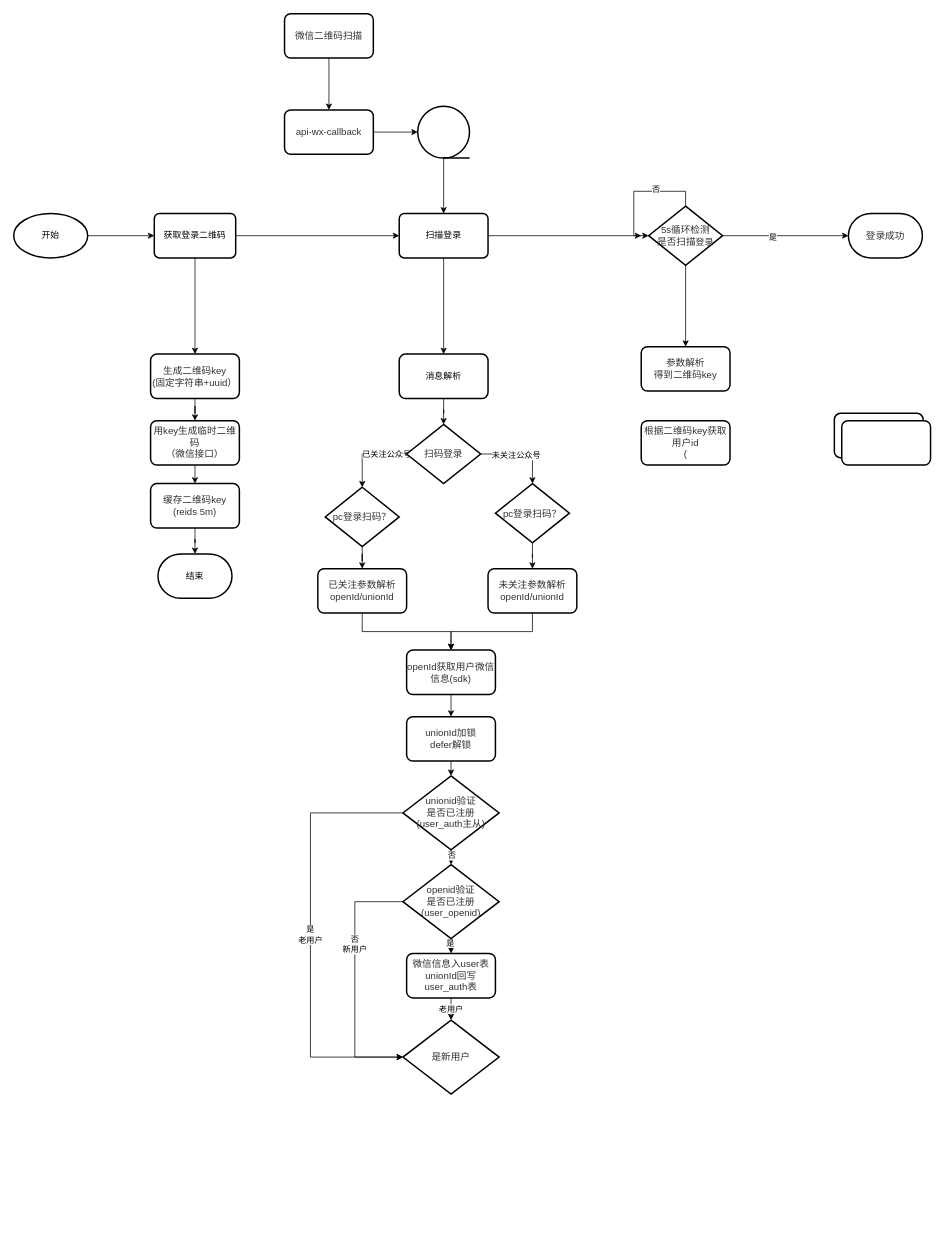
The draw.io diagram 登录.drawio in xiell2016/hetaoDesign, before the edit. Source tidied: cells renumbered, new cells numbered last; positions are measured from the earlier drawing's top-left corner, leaving out a move shared by most shapes. Both pictures are drawn from the tidied source at 74%, with x=0, y=0 at pixel (13, 13).
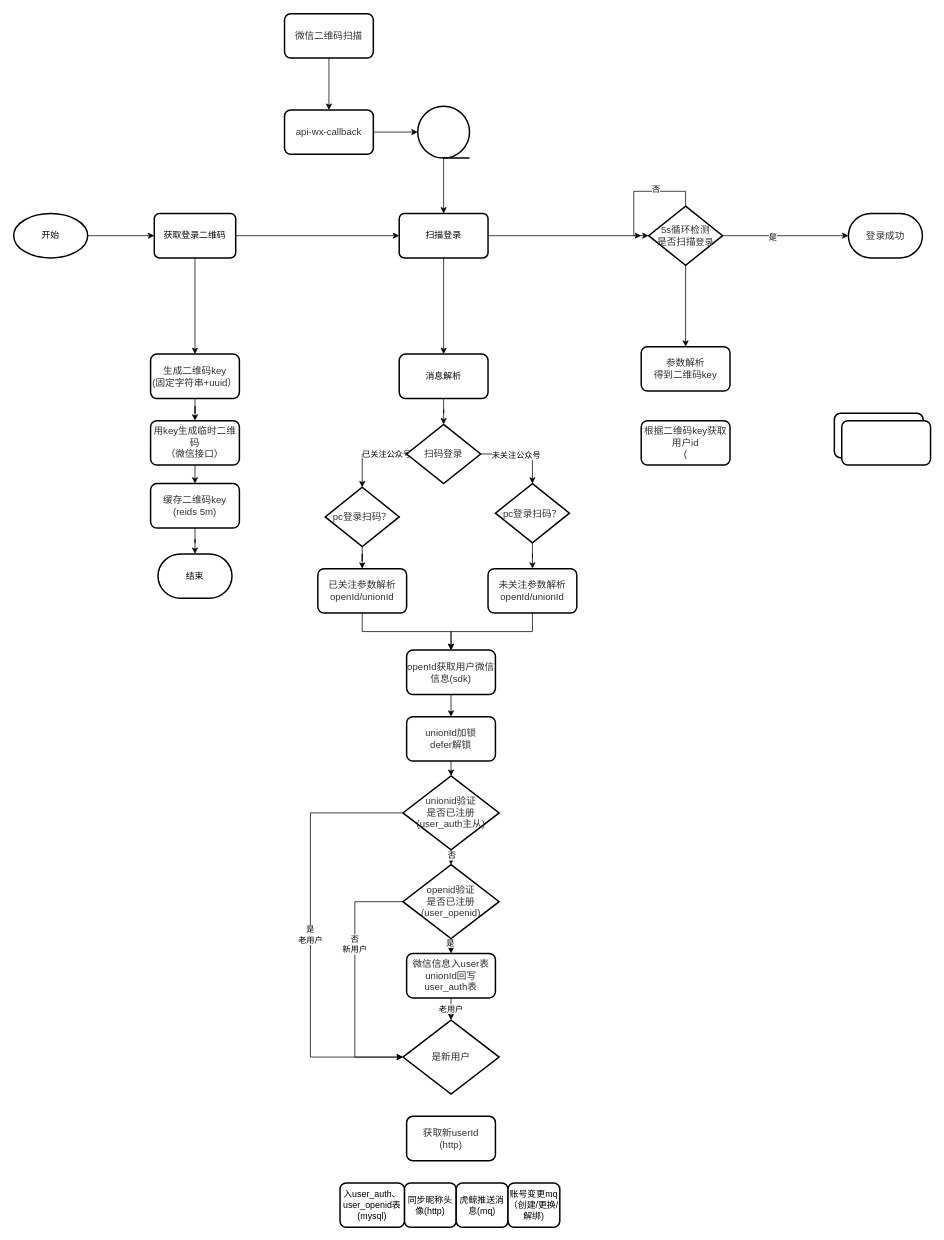
After the change.

Diff of the diagram source:
```diff
@@
+    <mxCell id="66" value="&lt;font color=&quot;#323232&quot;&gt;&lt;span style=&quot;font-size: 13px ; background-color: rgba(255 , 255 , 255 , 0.008)&quot;&gt;获取新userId&lt;br&gt;(http)&lt;br&gt;&lt;/span&gt;&lt;/font&gt;" style="whiteSpace=wrap;html=1;rounded=1;strokeWidth=2;arcSize=14;" parent="1" vertex="1">
+      <mxGeometry x="531" y="1490" width="120" height="60" as="geometry" />
+    </mxCell>
+    <mxCell id="67" value="同步昵称头像(http)" style="whiteSpace=wrap;html=1;rounded=1;strokeWidth=2;arcSize=14;" parent="1" vertex="1">
+      <mxGeometry x="528" y="1580" width="70" height="60" as="geometry" />
+    </mxCell>
+    <mxCell id="68" value="入user_auth、user_openid表(mysql)" style="whiteSpace=wrap;html=1;rounded=1;strokeWidth=2;arcSize=14;" parent="1" vertex="1">
+      <mxGeometry x="441" y="1580" width="87" height="60" as="geometry" />
+    </mxCell>
+    <mxCell id="69" value="虎鲸推送消息(mq)" style="whiteSpace=wrap;html=1;rounded=1;strokeWidth=2;arcSize=14;" parent="1" vertex="1">
+      <mxGeometry x="598" y="1580" width="70" height="60" as="geometry" />
+    </mxCell>
+    <mxCell id="70" value="账号变更mq&lt;br&gt;（创建/更换/解绑)" style="whiteSpace=wrap;html=1;rounded=1;strokeWidth=2;arcSize=14;" parent="1" vertex="1">
+      <mxGeometry x="668" y="1580" width="70" height="60" as="geometry" />
+    </mxCell>
```
